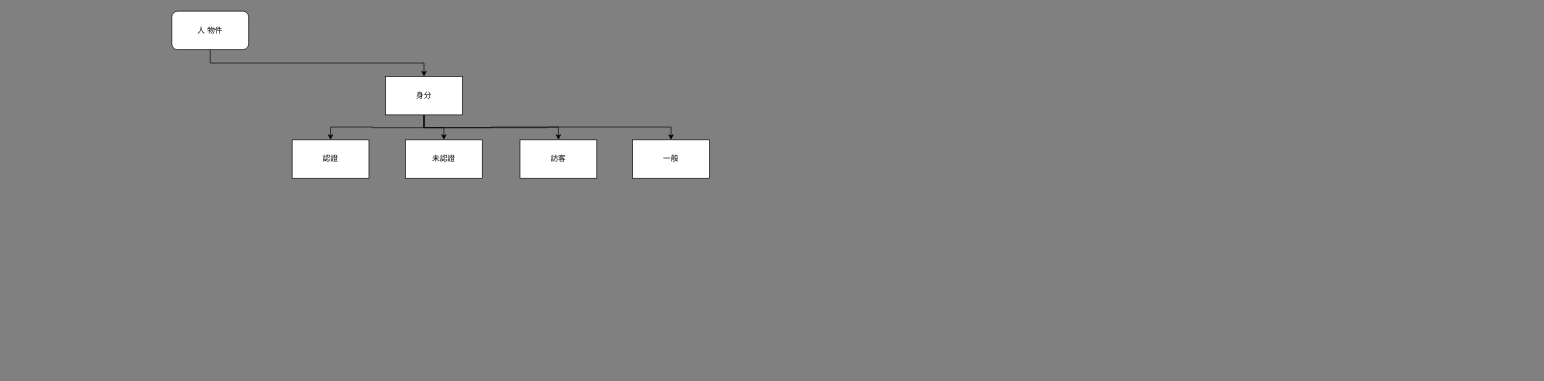
Before: page "人物件-後端" (3 of 3) of Untitled Diagram.drawio in LawrenceLee0113/LawrenceLee0113, a draw.io diagram. Source tidied: cells renumbered, new cells numbered last; positions are measured from the earlier drawing's top-left corner, leaving out a move shared by most shapes. Both pictures are drawn from the tidied source at 64%, with x=0, y=0 at pixel (172, 11).
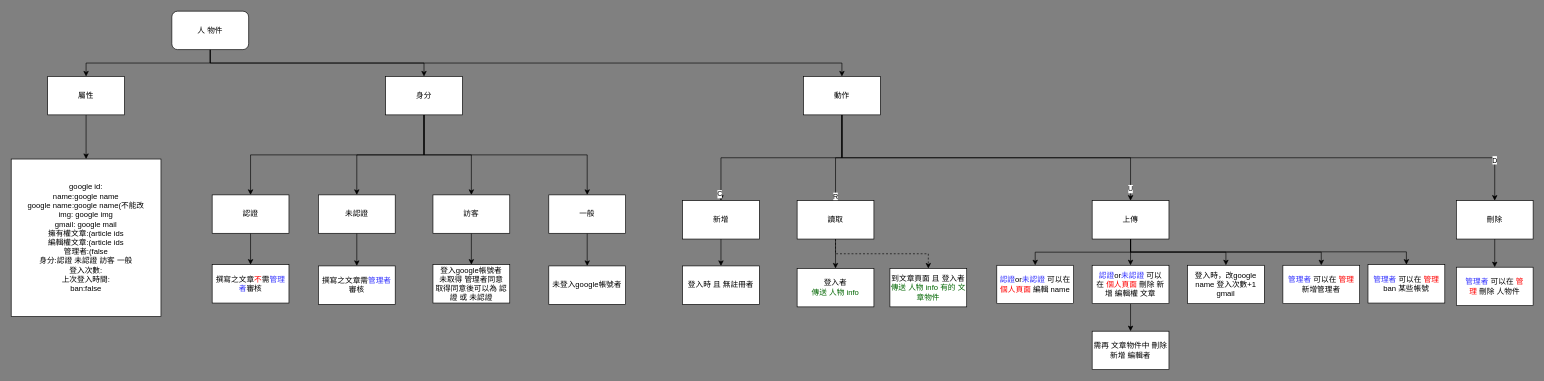
The same diagram, later.

Unchanged cells that the change refers to:
```xml
<mxCell id="3" value="人 物件" style="rounded=1;whiteSpace=wrap;html=1;" parent="1" vertex="1">
  <mxGeometry width="120" height="60" as="geometry" />
</mxCell>
```

What changed in the source:
```diff
@@
+    <mxCell id="13" style="edgeStyle=orthogonalEdgeStyle;rounded=0;jettySize=auto;html=1;exitX=0.5;exitY=1;exitDx=0;exitDy=0;fontColor=#FF0000;" parent="1" edge="1" source="3" target="24">
+      <mxGeometry relative="1" as="geometry" />
+    </mxCell>
+    <mxCell id="14" style="edgeStyle=orthogonalEdgeStyle;rounded=0;jettySize=auto;html=1;exitX=0.5;exitY=1;exitDx=0;exitDy=0;fontColor=#FF0000;" parent="1" edge="1" source="3" target="30">
+      <mxGeometry relative="1" as="geometry" />
+    </mxCell>
@@
+    <mxCell id="15" style="edgeStyle=orthogonalEdgeStyle;rounded=0;jettySize=auto;html=1;exitX=0.5;exitY=1;exitDx=0;exitDy=0;fontColor=#3333FF;" parent="1" edge="1" source="9" target="22">
+      <mxGeometry relative="1" as="geometry" />
+    </mxCell>
     <mxCell id="9" value="認證" style="rounded=0;whiteSpace=wrap;html=1;" parent="1" vertex="1">
-      <mxGeometry x="188" y="201" width="120" height="60" as="geometry" />
+      <mxGeometry x="63" y="287" width="120" height="60" as="geometry" />
     </mxCell>
+    <mxCell id="16" style="edgeStyle=orthogonalEdgeStyle;rounded=0;jettySize=auto;html=1;exitX=0.5;exitY=1;exitDx=0;exitDy=0;fontColor=#006600;" parent="1" edge="1" source="10" target="21">
+      <mxGeometry relative="1" as="geometry" />
+    </mxCell>
     <mxCell id="10" value="未認證" style="rounded=0;whiteSpace=wrap;html=1;" parent="1" vertex="1">
-      <mxGeometry x="365" y="201" width="120" height="60" as="geometry" />
+      <mxGeometry x="229" y="287" width="120" height="60" as="geometry" />
     </mxCell>
+    <mxCell id="17" style="edgeStyle=orthogonalEdgeStyle;rounded=0;jettySize=auto;html=1;exitX=0.5;exitY=1;exitDx=0;exitDy=0;fontColor=#006600;" parent="1" edge="1" source="11" target="20">
+      <mxGeometry relative="1" as="geometry" />
+    </mxCell>
     <mxCell id="11" value="訪客" style="rounded=0;whiteSpace=wrap;html=1;" parent="1" vertex="1">
-      <mxGeometry x="544" y="201" width="120" height="60" as="geometry" />
+      <mxGeometry x="408" y="287" width="120" height="60" as="geometry" />
     </mxCell>
+    <mxCell id="18" style="edgeStyle=orthogonalEdgeStyle;rounded=0;jettySize=auto;html=1;fontColor=#006600;" parent="1" edge="1" source="12" target="19">
+      <mxGeometry relative="1" as="geometry" />
+    </mxCell>
     <mxCell id="12" value="一般" style="rounded=0;whiteSpace=wrap;html=1;" parent="1" vertex="1">
-      <mxGeometry x="720" y="201" width="120" height="60" as="geometry" />
+      <mxGeometry x="589" y="287" width="120" height="60" as="geometry" />
     </mxCell>
+    <mxCell id="19" value="未登入google帳號者" style="rounded=0;whiteSpace=wrap;html=1;" parent="1" vertex="1">
+      <mxGeometry x="589" y="398" width="120" height="60" as="geometry" />
+    </mxCell>
+    <mxCell id="20" value="登入google帳號者&lt;br&gt;未取得 管理者同意&lt;br&gt;取得同意後可以為 認證 或 未認證" style="rounded=0;whiteSpace=wrap;html=1;" parent="1" vertex="1">
+      <mxGeometry x="408" y="396" width="120" height="60" as="geometry" />
+    </mxCell>
+    <mxCell id="21" value="撰寫之文章需&lt;font color=&quot;#3333ff&quot;&gt;管理者&lt;/font&gt;審核" style="rounded=0;whiteSpace=wrap;html=1;" parent="1" vertex="1">
+      <mxGeometry x="229" y="398" width="120" height="60" as="geometry" />
+    </mxCell>
+    <mxCell id="22" value="撰寫之文章&lt;font color=&quot;#ff0000&quot;&gt;不&lt;/font&gt;需&lt;font color=&quot;#3333ff&quot;&gt;管理者&lt;/font&gt;審核" style="rounded=0;whiteSpace=wrap;html=1;" parent="1" vertex="1">
+      <mxGeometry x="63" y="396" width="120" height="60" as="geometry" />
+    </mxCell>
+    <mxCell id="23" style="edgeStyle=orthogonalEdgeStyle;rounded=0;jettySize=auto;html=1;exitX=0.5;exitY=1;exitDx=0;exitDy=0;fontColor=#FF0000;" parent="1" edge="1" source="24" target="25">
+      <mxGeometry relative="1" as="geometry" />
+    </mxCell>
+    <mxCell id="24" value="屬性" style="rounded=0;whiteSpace=wrap;html=1;" parent="1" vertex="1">
+      <mxGeometry x="-194" y="102" width="120" height="60" as="geometry" />
+    </mxCell>
+    <mxCell id="25" value="google id:&lt;br&gt;name:google name&lt;br&gt;google name:google name(不能改&lt;br&gt;img: google img&lt;br&gt;gmail: google mail&lt;br&gt;擁有權文章:(article ids&lt;br&gt;編輯權文章:(article ids&lt;br&gt;管理者:(false&lt;br&gt;身分:認證 未認證 訪客 一般&lt;br&gt;登入次數:&lt;br&gt;上次登入時間:&lt;br&gt;ban:false" style="rounded=0;whiteSpace=wrap;html=1;" parent="1" vertex="1">
+      <mxGeometry x="-251" y="231" width="234" height="246" as="geometry" />
+    </mxCell>
+    <mxCell id="26" value="C" style="edgeStyle=orthogonalEdgeStyle;rounded=0;jettySize=auto;html=1;exitX=0.5;exitY=1;exitDx=0;exitDy=0;" parent="1" edge="1" source="30" target="32">
+      <mxGeometry x="0.94" y="-2" relative="1" as="geometry" />
+    </mxCell>
+    <mxCell id="27" value="R" style="edgeStyle=orthogonalEdgeStyle;rounded=0;jettySize=auto;html=1;exitX=0.5;exitY=1;exitDx=0;exitDy=0;" parent="1" edge="1" source="30" target="35">
+      <mxGeometry x="0.91" relative="1" as="geometry" />
+    </mxCell>
+    <mxCell id="28" value="U" style="edgeStyle=orthogonalEdgeStyle;rounded=0;jettySize=auto;html=1;exitX=0.5;exitY=1;exitDx=0;exitDy=0;" parent="1" edge="1" source="30" target="41">
+      <mxGeometry x="0.94" relative="1" as="geometry" />
+    </mxCell>
+    <mxCell id="29" value="D" style="edgeStyle=orthogonalEdgeStyle;rounded=0;jettySize=auto;html=1;exitX=0.5;exitY=1;exitDx=0;exitDy=0;" parent="1" edge="1" source="30" target="43">
+      <mxGeometry x="0.89" relative="1" as="geometry" />
+    </mxCell>
+    <mxCell id="30" value="動作" style="rounded=0;whiteSpace=wrap;html=1;" parent="1" vertex="1">
+      <mxGeometry x="987" y="102" width="120" height="60" as="geometry" />
+    </mxCell>
+    <mxCell id="31" style="edgeStyle=orthogonalEdgeStyle;rounded=0;jettySize=auto;html=1;exitX=0.5;exitY=1;exitDx=0;exitDy=0;" parent="1" edge="1" source="32" target="44">
+      <mxGeometry relative="1" as="geometry" />
+    </mxCell>
+    <mxCell id="32" value="新增" style="rounded=0;whiteSpace=wrap;html=1;" parent="1" vertex="1">
+      <mxGeometry x="798" y="296" width="120" height="60" as="geometry" />
+    </mxCell>
+    <mxCell id="33" style="edgeStyle=orthogonalEdgeStyle;rounded=0;jettySize=auto;html=1;exitX=0.5;exitY=1;exitDx=0;exitDy=0;fontColor=#006600;" parent="1" edge="1" source="35" target="45">
+      <mxGeometry relative="1" as="geometry" />
+    </mxCell>
+    <mxCell id="34" style="edgeStyle=orthogonalEdgeStyle;rounded=0;jettySize=auto;html=1;exitX=0.5;exitY=1;exitDx=0;exitDy=0;fontColor=#000000;dashed=1;" parent="1" edge="1" source="35" target="53">
+      <mxGeometry relative="1" as="geometry" />
+    </mxCell>
+    <mxCell id="35" value="讀取" style="rounded=0;whiteSpace=wrap;html=1;" parent="1" vertex="1">
+      <mxGeometry x="977" y="296" width="120" height="60" as="geometry" />
+    </mxCell>
+    <mxCell id="36" style="edgeStyle=orthogonalEdgeStyle;rounded=0;jettySize=auto;html=1;exitX=0.5;exitY=1;exitDx=0;exitDy=0;fontColor=#000000;" parent="1" edge="1" source="41" target="47">
+      <mxGeometry relative="1" as="geometry" />
+    </mxCell>
+    <mxCell id="37" style="edgeStyle=orthogonalEdgeStyle;rounded=0;jettySize=auto;html=1;exitX=0.5;exitY=1;exitDx=0;exitDy=0;fontColor=#000000;" parent="1" edge="1" source="41" target="48">
+      <mxGeometry relative="1" as="geometry" />
+    </mxCell>
+    <mxCell id="38" style="edgeStyle=orthogonalEdgeStyle;rounded=0;jettySize=auto;html=1;exitX=0.5;exitY=1;exitDx=0;exitDy=0;fontColor=#000000;" parent="1" edge="1" source="41" target="49">
+      <mxGeometry relative="1" as="geometry" />
+    </mxCell>
+    <mxCell id="39" style="edgeStyle=orthogonalEdgeStyle;rounded=0;jettySize=auto;html=1;exitX=0.5;exitY=1;exitDx=0;exitDy=0;fontColor=#FF0000;" parent="1" edge="1" source="41" target="51">
+      <mxGeometry relative="1" as="geometry" />
+    </mxCell>
+    <mxCell id="40" style="edgeStyle=orthogonalEdgeStyle;rounded=0;jettySize=auto;html=1;exitX=0.5;exitY=1;exitDx=0;exitDy=0;fontColor=#000000;" parent="1" edge="1" source="41" target="54">
+      <mxGeometry relative="1" as="geometry" />
+    </mxCell>
+    <mxCell id="41" value="上傳" style="rounded=0;whiteSpace=wrap;html=1;" parent="1" vertex="1">
+      <mxGeometry x="1438" y="296" width="120" height="60" as="geometry" />
+    </mxCell>
+    <mxCell id="42" style="edgeStyle=orthogonalEdgeStyle;rounded=0;jettySize=auto;html=1;exitX=0.5;exitY=1;exitDx=0;exitDy=0;fontColor=#000000;" parent="1" edge="1" source="43" target="50">
+      <mxGeometry relative="1" as="geometry" />
+    </mxCell>
+    <mxCell id="43" value="刪除" style="rounded=0;whiteSpace=wrap;html=1;" parent="1" vertex="1">
+      <mxGeometry x="2007" y="296" width="120" height="60" as="geometry" />
+    </mxCell>
+    <mxCell id="44" value="登入時 且 無註冊者" style="rounded=0;whiteSpace=wrap;html=1;" parent="1" vertex="1">
+      <mxGeometry x="798" y="398" width="120" height="60" as="geometry" />
+    </mxCell>
+    <mxCell id="45" value="&lt;font color=&quot;#000000&quot;&gt;登入者&lt;br&gt;&lt;/font&gt;傳送 人物 info" style="rounded=0;whiteSpace=wrap;html=1;fontColor=#006600;" parent="1" vertex="1">
+      <mxGeometry x="977" y="402" width="120" height="60" as="geometry" />
+    </mxCell>
+    <mxCell id="46" style="edgeStyle=orthogonalEdgeStyle;rounded=0;jettySize=auto;html=1;exitX=0.5;exitY=1;exitDx=0;exitDy=0;fontColor=#000000;" parent="1" edge="1" source="48" target="52">
+      <mxGeometry relative="1" as="geometry" />
+    </mxCell>
+    <mxCell id="47" value="&lt;font color=&quot;#3333ff&quot;&gt;認證&lt;/font&gt;or&lt;font color=&quot;#3333ff&quot;&gt;未認證 &lt;/font&gt;可以在 &lt;font color=&quot;#ff0000&quot;&gt;個人頁面&amp;nbsp;&lt;/font&gt;編輯 name" style="rounded=0;whiteSpace=wrap;html=1;" parent="1" vertex="1">
+      <mxGeometry x="1289" y="397" width="120" height="60" as="geometry" />
+    </mxCell>
+    <mxCell id="48" value="&lt;font color=&quot;#3333ff&quot;&gt;認證&lt;/font&gt;or&lt;font color=&quot;#3333ff&quot;&gt;未認證&amp;nbsp;&lt;/font&gt;可以在&amp;nbsp;&lt;font color=&quot;#ff0000&quot;&gt;個人頁面 &lt;/font&gt;刪除 新增 編輯權 文章" style="rounded=0;whiteSpace=wrap;html=1;" parent="1" vertex="1">
+      <mxGeometry x="1438" y="397" width="120" height="60" as="geometry" />
+    </mxCell>
+    <mxCell id="49" value="登入時，改google name 登入次數+1 gmail" style="rounded=0;whiteSpace=wrap;html=1;" parent="1" vertex="1">
+      <mxGeometry x="1587" y="397" width="120" height="60" as="geometry" />
+    </mxCell>
+    <mxCell id="50" value="&lt;font color=&quot;#3333ff&quot;&gt;管理者&amp;nbsp;&lt;/font&gt;可以在 &lt;font color=&quot;#ff0000&quot;&gt;管理&amp;nbsp;&lt;/font&gt;刪除 人物件" style="rounded=0;whiteSpace=wrap;html=1;" parent="1" vertex="1">
+      <mxGeometry x="2007" y="400" width="120" height="60" as="geometry" />
+    </mxCell>
+    <mxCell id="51" value="&lt;font color=&quot;#3333ff&quot;&gt;管理者&amp;nbsp;&lt;/font&gt;可以在 &lt;font color=&quot;#ff0000&quot;&gt;管理 &lt;/font&gt;新增管理者" style="rounded=0;whiteSpace=wrap;html=1;" parent="1" vertex="1">
+      <mxGeometry x="1736" y="397" width="120" height="60" as="geometry" />
+    </mxCell>
+    <mxCell id="52" value="需再 文章物件中 刪除 新增 編輯者" style="rounded=0;whiteSpace=wrap;html=1;" parent="1" vertex="1">
+      <mxGeometry x="1438" y="500" width="120" height="60" as="geometry" />
+    </mxCell>
+    <mxCell id="53" value="&lt;font color=&quot;#000000&quot;&gt;到文章頁面 且 登入者&lt;br&gt;&lt;/font&gt;傳送 人物 info 有的 文章物件" style="rounded=0;whiteSpace=wrap;html=1;fontColor=#006600;" parent="1" vertex="1">
+      <mxGeometry x="1122" y="402" width="120" height="60" as="geometry" />
+    </mxCell>
+    <mxCell id="54" value="&lt;font color=&quot;#3333ff&quot;&gt;管理者&amp;nbsp;&lt;/font&gt;可以在 &lt;font color=&quot;#ff0000&quot;&gt;管理 &lt;/font&gt;ban 某些帳號" style="rounded=0;whiteSpace=wrap;html=1;" parent="1" vertex="1">
+      <mxGeometry x="1869" y="396" width="120" height="60" as="geometry" />
+    </mxCell>
```
